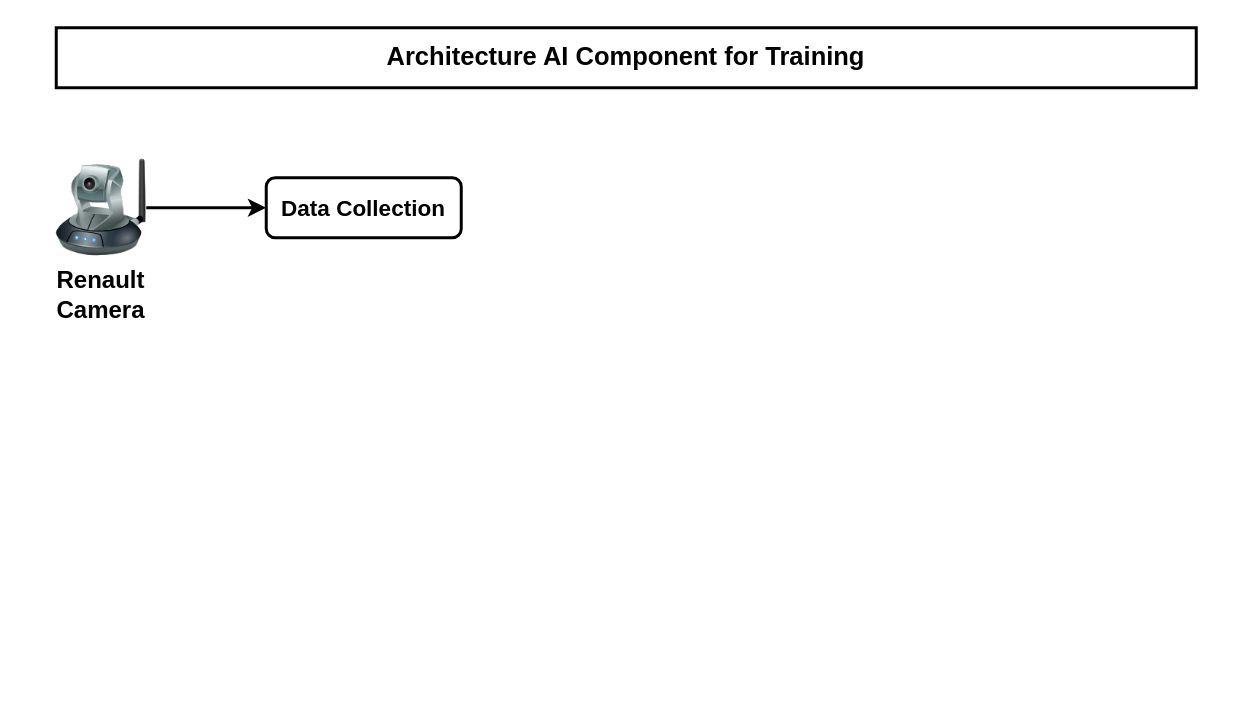
Earlier version of the draw.io diagram Diagramme sans nom.drawio (Michel93DM/IA_Composant_Architec). Source tidied: cells renumbered, new cells numbered last; positions are measured from the earlier drawing's top-left corner, leaving out a move shared by most shapes. Both pictures are drawn from the tidied source at 150%, with x=0, y=0 at pixel (26, 27).
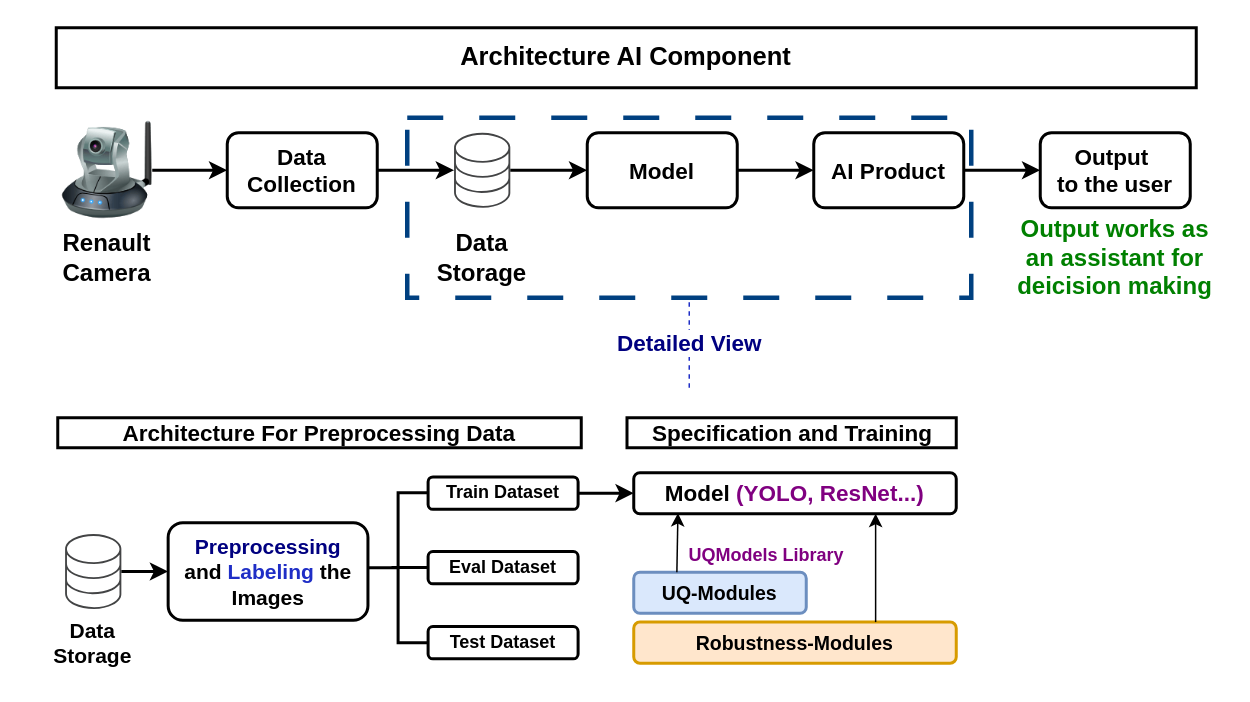
The same diagram, later.

The edit, as a diff of the source:
```diff
@@
+    <mxCell id="7" style="rounded=0;whiteSpace=wrap;html=1;dashed=1;dashPattern=8 8;strokeWidth=3;fillColor=none;strokeColor=light-dark(#004080, #ededed);" parent="1" vertex="1">
+      <mxGeometry x="254" y="60" width="376" height="120" as="geometry" />
+    </mxCell>
     <mxCell id="2" value="Data Collection" style="rounded=1;whiteSpace=wrap;html=1;strokeWidth=2;fontSize=15;fontStyle=1;" parent="1" vertex="1">
-      <mxGeometry x="160" y="100" width="130" height="40" as="geometry" />
+      <mxGeometry x="134" y="70" width="100" height="50" as="geometry" />
     </mxCell>
-    <mxCell id="3" value="Architecture AI Component for Training " style="rounded=0;whiteSpace=wrap;html=1;strokeWidth=2;fontSize=17;fontStyle=1;" parent="1" vertex="1">
+    <mxCell id="3" value="Architecture AI Component " style="rounded=0;whiteSpace=wrap;html=1;strokeWidth=2;fontSize=17;fontStyle=1;" parent="1" vertex="1">
       <mxGeometry x="20" width="760" height="40" as="geometry" />
     </mxCell>
     <mxCell id="4" style="image;html=1;image=img/lib/clip_art/networking/Ip_Camera_128x128.png;" parent="1" vertex="1">
-      <mxGeometry x="20" y="85" width="60" height="70" as="geometry" />
+      <mxGeometry x="24" y="60" width="60" height="70" as="geometry" />
     </mxCell>
@@
     <mxCell id="6" value="&lt;font&gt;Renault Camera&lt;/font&gt;" style="text;html=1;align=center;verticalAlign=middle;whiteSpace=wrap;rounded=0;fontSize=16;fontStyle=1;" parent="1" vertex="1">
-      <mxGeometry y="155" width="100" height="45" as="geometry" />
+      <mxGeometry x="4" y="130" width="100" height="45" as="geometry" />
     </mxCell>
+    <mxCell id="8" style="endArrow=classic;html=1;rounded=0;exitX=1;exitY=0.5;exitDx=0;exitDy=0;entryX=0;entryY=0.5;entryDx=0;entryDy=0;fontSize=13;strokeWidth=2;" parent="1" edge="1" source="2" target="9">
+      <mxGeometry relative="1" as="geometry" />
+    </mxCell>
+    <mxCell id="9" style="sketch=0;shadow=0;dashed=0;html=1;strokeColor=none;fillColor=#434445;labelPosition=center;verticalLabelPosition=bottom;verticalAlign=top;align=center;outlineConnect=0;shape=mxgraph.vvd.storage;" parent="1" vertex="1">
+      <mxGeometry x="285.2" y="70" width="37.5" height="50" as="geometry" />
+    </mxCell>
+    <mxCell id="10" style="endArrow=classic;html=1;rounded=0;fontSize=13;strokeWidth=2;entryX=0;entryY=0.5;entryDx=0;entryDy=0;" parent="1" edge="1" source="9" target="12">
+      <mxGeometry relative="1" as="geometry" />
+    </mxCell>
+    <mxCell id="11" value="Data Storage" style="text;html=1;align=center;verticalAlign=middle;whiteSpace=wrap;rounded=0;fontSize=16;fontStyle=1;" parent="1" vertex="1">
+      <mxGeometry x="254" y="130" width="100" height="45" as="geometry" />
+    </mxCell>
+    <mxCell id="12" value="Model" style="rounded=1;whiteSpace=wrap;html=1;strokeWidth=2;fontSize=15;fontStyle=1;" parent="1" vertex="1">
+      <mxGeometry x="374" y="70" width="100" height="50" as="geometry" />
+    </mxCell>
+    <mxCell id="13" style="endArrow=classic;html=1;rounded=0;fontSize=13;strokeWidth=2;entryX=0;entryY=0.5;entryDx=0;entryDy=0;" parent="1" edge="1" target="14">
+      <mxGeometry relative="1" as="geometry">
+        <mxPoint x="474" y="95" as="sourcePoint" />
+      </mxGeometry>
+    </mxCell>
+    <mxCell id="14" value="AI Product" style="rounded=1;whiteSpace=wrap;html=1;strokeWidth=2;fontSize=15;fontStyle=1;" parent="1" vertex="1">
+      <mxGeometry x="525" y="70" width="100" height="50" as="geometry" />
+    </mxCell>
+    <mxCell id="15" style="endArrow=classic;html=1;rounded=0;fontSize=13;strokeWidth=2;entryX=0;entryY=0.5;entryDx=0;entryDy=0;" parent="1" edge="1" target="16">
+      <mxGeometry relative="1" as="geometry">
+        <mxPoint x="625" y="95" as="sourcePoint" />
+      </mxGeometry>
+    </mxCell>
+    <mxCell id="16" value="&lt;div&gt;Output&amp;nbsp;&lt;/div&gt;&lt;div&gt;to the user&lt;/div&gt;" style="rounded=1;whiteSpace=wrap;html=1;strokeWidth=2;fontSize=15;fontStyle=1;" parent="1" vertex="1">
+      <mxGeometry x="676" y="70" width="100" height="50" as="geometry" />
+    </mxCell>
+    <mxCell id="17" value="Output works as an assistant for deicision making" style="text;html=1;align=center;verticalAlign=middle;whiteSpace=wrap;rounded=0;fontSize=16;fontStyle=1;fontColor=light-dark(#008000, #ededed);" parent="1" vertex="1">
+      <mxGeometry x="653" y="130" width="146" height="45" as="geometry" />
+    </mxCell>
+    <mxCell id="18" value="&lt;div&gt;Detailed View&lt;/div&gt;" style="endArrow=none;dashed=1;html=1;rounded=0;fontSize=15;fontStyle=1;fontColor=light-dark(#000080, #ededed);strokeColor=#1F2EC6;entryX=0.5;entryY=1;entryDx=0;entryDy=0;" parent="1" edge="1" target="7">
+      <mxGeometry relative="1" as="geometry">
+        <mxPoint x="442" y="240" as="sourcePoint" />
+      </mxGeometry>
+    </mxCell>
+    <mxCell id="19" value="Architecture For Preprocessing Data " style="rounded=0;whiteSpace=wrap;html=1;strokeWidth=2;fontSize=15;fontStyle=1;" parent="1" vertex="1">
+      <mxGeometry x="21" y="260" width="349" height="20" as="geometry" />
+    </mxCell>
+    <mxCell id="20" style="sketch=0;shadow=0;dashed=0;html=1;strokeColor=none;fillColor=#434445;labelPosition=center;verticalLabelPosition=bottom;verticalAlign=top;align=center;outlineConnect=0;shape=mxgraph.vvd.storage;" parent="1" vertex="1">
+      <mxGeometry x="25.9" y="337.5" width="37.5" height="50" as="geometry" />
+    </mxCell>
+    <mxCell id="21" style="endArrow=classic;html=1;rounded=0;fontSize=13;strokeWidth=2;entryX=0;entryY=0.5;entryDx=0;entryDy=0;" parent="1" edge="1" source="20" target="23">
+      <mxGeometry relative="1" as="geometry" />
+    </mxCell>
+    <mxCell id="22" value="Data Storage" style="text;html=1;align=center;verticalAlign=middle;whiteSpace=wrap;rounded=0;fontSize=14;fontStyle=1;" parent="1" vertex="1">
+      <mxGeometry x="1" y="387.5" width="87.2" height="45" as="geometry" />
+    </mxCell>
+    <mxCell id="23" value="&lt;div&gt;&lt;span style=&quot;color: light-dark(rgb(0, 0, 128), rgb(237, 237, 237));&quot;&gt;Preprocessing&lt;/span&gt;&lt;/div&gt;&lt;div&gt; and &lt;span style=&quot;color: rgb(31, 46, 198);&quot;&gt;Labeling&lt;/span&gt; the Images&lt;/div&gt;" style="rounded=1;whiteSpace=wrap;html=1;strokeWidth=2;fontSize=14;fontStyle=1;" parent="1" vertex="1">
+      <mxGeometry x="94.6" y="330" width="133.2" height="65" as="geometry" />
+    </mxCell>
+    <mxCell id="24" style="strokeWidth=2;html=1;shape=mxgraph.flowchart.annotation_2;align=left;labelPosition=right;" parent="1" vertex="1">
+      <mxGeometry x="227.9" y="310" width="40" height="100" as="geometry" />
+    </mxCell>
+    <mxCell id="25" style="endArrow=none;html=1;rounded=0;exitX=0.497;exitY=0.505;exitDx=0;exitDy=0;exitPerimeter=0;strokeWidth=2;entryX=0.984;entryY=0.506;entryDx=0;entryDy=0;entryPerimeter=0;" parent="1" edge="1">
+      <mxGeometry relative="1" as="geometry">
+        <mxPoint x="243.5" y="359.8" as="sourcePoint" />
+        <mxPoint x="267.9" y="359.9" as="targetPoint" />
+      </mxGeometry>
+    </mxCell>
+    <mxCell id="26" value="Train Dataset" style="rounded=1;whiteSpace=wrap;html=1;strokeWidth=2;fontSize=12;fontStyle=1;" parent="1" vertex="1">
+      <mxGeometry x="267.9" y="299.5" width="100" height="21.5" as="geometry" />
+    </mxCell>
+    <mxCell id="27" value="Eval Dataset" style="rounded=1;whiteSpace=wrap;html=1;strokeWidth=2;fontSize=12;fontStyle=1;" parent="1" vertex="1">
+      <mxGeometry x="267.9" y="349.2" width="100" height="21.5" as="geometry" />
+    </mxCell>
+    <mxCell id="28" value="Test Dataset" style="rounded=1;whiteSpace=wrap;html=1;strokeWidth=2;fontSize=12;fontStyle=1;" parent="1" vertex="1">
+      <mxGeometry x="267.9" y="399.2" width="100" height="21.5" as="geometry" />
+    </mxCell>
+    <mxCell id="29" style="endArrow=classic;html=1;rounded=0;exitX=1;exitY=0.5;exitDx=0;exitDy=0;strokeWidth=2;entryX=0;entryY=0.5;entryDx=0;entryDy=0;" parent="1" edge="1" source="26" target="30">
+      <mxGeometry relative="1" as="geometry" />
+    </mxCell>
+    <mxCell id="30" value="Model &lt;span style=&quot;color: light-dark(rgb(128, 0, 128), rgb(237, 237, 237));&quot;&gt;(YOLO, ResNet...)&lt;/span&gt;" style="rounded=1;whiteSpace=wrap;html=1;strokeWidth=2;fontSize=15;fontStyle=1;" parent="1" vertex="1">
+      <mxGeometry x="405" y="296.6" width="215" height="27.4" as="geometry" />
+    </mxCell>
+    <mxCell id="31" value="Specification and Training " style="rounded=0;whiteSpace=wrap;html=1;strokeWidth=2;fontSize=15;fontStyle=1;" parent="1" vertex="1">
+      <mxGeometry x="400.5" y="260" width="219.5" height="20" as="geometry" />
+    </mxCell>
+    <mxCell id="32" value="UQ-Modules" style="rounded=1;whiteSpace=wrap;html=1;strokeWidth=2;fontSize=13;fontStyle=1;fillColor=#dae8fc;strokeColor=#6c8ebf;" parent="1" vertex="1">
+      <mxGeometry x="405" y="363" width="115" height="27.4" as="geometry" />
+    </mxCell>
+    <mxCell id="33" value="Robustness-Modules" style="rounded=1;whiteSpace=wrap;html=1;strokeWidth=2;fontSize=13;fontStyle=1;fillColor=#ffe6cc;strokeColor=#d79b00;" parent="1" vertex="1">
+      <mxGeometry x="405" y="396.2" width="215" height="27.4" as="geometry" />
+    </mxCell>
+    <mxCell id="34" style="edgeStyle=orthogonalEdgeStyle;rounded=0;jettySize=auto;html=1;exitX=0.75;exitY=0;exitDx=0;exitDy=0;entryX=0.75;entryY=1;entryDx=0;entryDy=0;" parent="1" edge="1" source="33" target="30">
+      <mxGeometry relative="1" as="geometry" />
+    </mxCell>
+    <mxCell id="35" style="edgeStyle=orthogonalEdgeStyle;rounded=0;jettySize=auto;html=1;exitX=0.25;exitY=0;exitDx=0;exitDy=0;entryX=0.137;entryY=0.985;entryDx=0;entryDy=0;entryPerimeter=0;" parent="1" edge="1" source="32" target="30">
+      <mxGeometry relative="1" as="geometry" />
+    </mxCell>
+    <mxCell id="36" value="&lt;b&gt;&lt;span style=&quot;color: light-dark(rgb(128, 0, 128), rgb(237, 237, 237));&quot;&gt;UQModels Library&lt;/span&gt;&lt;/b&gt;" style="text;whiteSpace=wrap;html=1;" parent="1" vertex="1">
+      <mxGeometry x="440" y="337.5" width="120" height="40" as="geometry" />
+    </mxCell>
```
